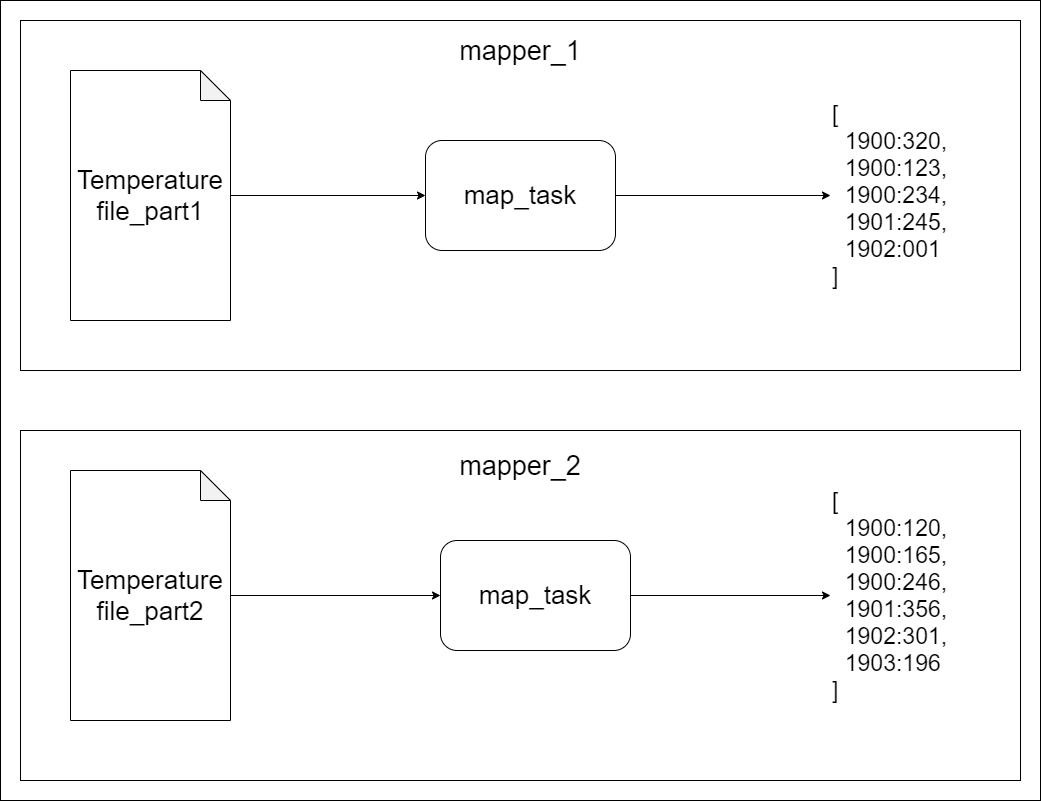
The draw.io diagram lessons/img/map reduce/map reduce map.png in HealerMikado/panorama_big_data_2021, before a commit. Source tidied: cells renumbered, new cells last; positions are measured from the earlier drawing's top-left corner, leaving out a move shared by most shapes.
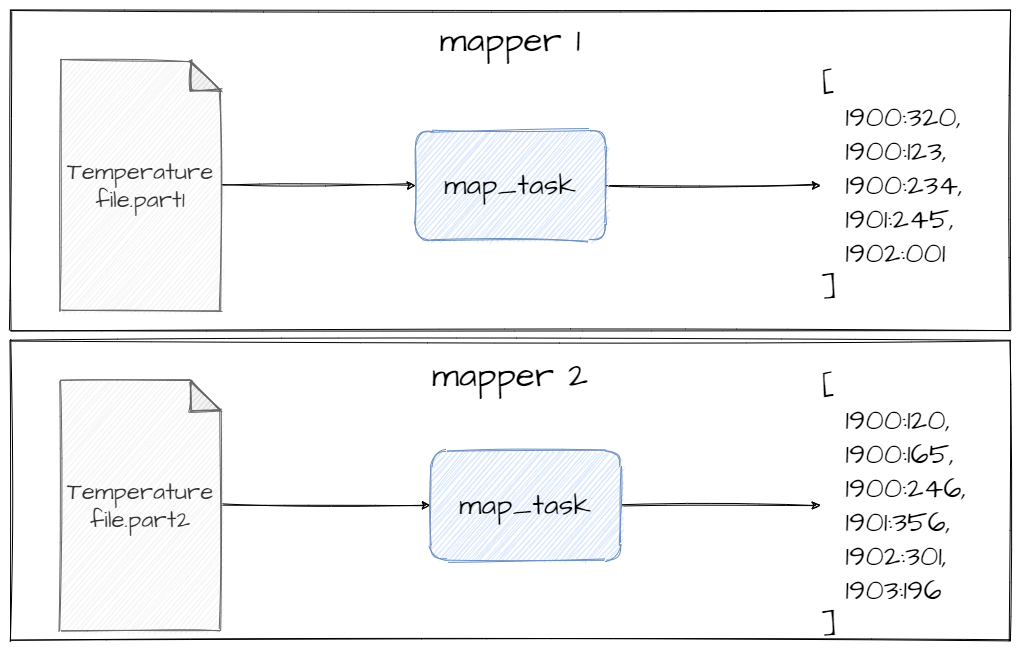
The same file after the commit.

Diff of the diagram source:
```diff
@@ -2,50 +2,47 @@
   <root>
     <mxCell id="0" />
     <mxCell id="1" parent="0" />
-    <mxCell id="2" style="rounded=0;whiteSpace=wrap;html=1;fillColor=none;" parent="1" vertex="1">
-      <mxGeometry width="1040" height="800" as="geometry" />
-    </mxCell>
-    <mxCell id="3" style="rounded=0;whiteSpace=wrap;html=1;fillColor=none;" parent="1" vertex="1">
-      <mxGeometry x="20" y="430" width="1000" height="350" as="geometry" />
-    </mxCell>
-    <mxCell id="4" style="rounded=0;whiteSpace=wrap;html=1;fillColor=none;" parent="1" vertex="1">
-      <mxGeometry x="20" y="20" width="1000" height="350" as="geometry" />
-    </mxCell>
-    <mxCell id="5" style="edgeStyle=orthogonalEdgeStyle;rounded=0;jettySize=auto;html=1;" parent="1" edge="1" source="6" target="10">
-      <mxGeometry relative="1" as="geometry" />
-    </mxCell>
-    <mxCell id="6" value="&lt;font style=&quot;font-size: 26px&quot;&gt;Temperature file_part1&lt;br&gt;&lt;/font&gt;" style="shape=note;whiteSpace=wrap;html=1;backgroundOutline=1;darkOpacity=0.05;" parent="1" vertex="1">
-      <mxGeometry x="70" y="70" width="160" height="250" as="geometry" />
-    </mxCell>
-    <mxCell id="7" style="edgeStyle=orthogonalEdgeStyle;rounded=0;jettySize=auto;html=1;" parent="1" edge="1" source="8" target="12">
-      <mxGeometry relative="1" as="geometry" />
-    </mxCell>
-    <mxCell id="8" value="&lt;font style=&quot;font-size: 26px&quot;&gt;Temperature file_part2&lt;/font&gt;" style="shape=note;whiteSpace=wrap;html=1;backgroundOutline=1;darkOpacity=0.05;" parent="1" vertex="1">
-      <mxGeometry x="70" y="470" width="160" height="250" as="geometry" />
-    </mxCell>
-    <mxCell id="9" style="edgeStyle=orthogonalEdgeStyle;rounded=0;jettySize=auto;html=1;" parent="1" edge="1" source="10" target="13">
-      <mxGeometry relative="1" as="geometry" />
-    </mxCell>
-    <mxCell id="10" value="&lt;font style=&quot;font-size: 26px&quot;&gt;map_task&lt;br&gt;&lt;/font&gt;" style="rounded=1;whiteSpace=wrap;html=1;" parent="1" vertex="1">
-      <mxGeometry x="425" y="140" width="190" height="110" as="geometry" />
-    </mxCell>
-    <mxCell id="11" style="edgeStyle=orthogonalEdgeStyle;rounded=0;jettySize=auto;html=1;" parent="1" edge="1" source="12" target="14">
-      <mxGeometry relative="1" as="geometry" />
-    </mxCell>
-    <mxCell id="12" value="&lt;font style=&quot;font-size: 26px&quot;&gt;map_task&lt;/font&gt;" style="rounded=1;whiteSpace=wrap;html=1;" parent="1" vertex="1">
-      <mxGeometry x="440" y="540" width="190" height="110" as="geometry" />
-    </mxCell>
+    <mxCell id="17" style="rounded=0;whiteSpace=wrap;html=1;fillColor=none;sketch=1;" parent="1" vertex="1">
+      <mxGeometry x="20" y="350" width="1000" height="300" as="geometry" />
+    </mxCell>
+    <mxCell id="18" style="rounded=0;whiteSpace=wrap;html=1;fillColor=none;sketch=1;" parent="1" vertex="1">
+      <mxGeometry x="20" y="20" width="1000" height="320" as="geometry" />
+    </mxCell>
+    <mxCell id="19" style="edgeStyle=orthogonalEdgeStyle;rounded=0;jettySize=auto;html=1;sketch=1;" parent="1" edge="1" source="20" target="24">
+      <mxGeometry relative="1" as="geometry" />
+    </mxCell>
+    <mxCell id="20" value="&lt;font style=&quot;font-size: 24px&quot;&gt;Temperature file.part1&lt;br style=&quot;font-size: 24px&quot;&gt;&lt;/font&gt;" style="shape=note;whiteSpace=wrap;html=1;backgroundOutline=1;darkOpacity=0.05;sketch=1;fillColor=#f5f5f5;strokeColor=#666666;fontColor=#333333;fontFamily=Architects Daughter;fontSize=24;" parent="1" vertex="1">
+      <mxGeometry x="70" y="70" width="160" height="250" as="geometry" />
+    </mxCell>
+    <mxCell id="21" style="edgeStyle=orthogonalEdgeStyle;rounded=0;jettySize=auto;html=1;sketch=1;" parent="1" edge="1" source="22" target="26">
+      <mxGeometry relative="1" as="geometry" />
+    </mxCell>
+    <mxCell id="22" value="&lt;font style=&quot;font-size: 24px&quot;&gt;Temperature file.part2&lt;/font&gt;" style="shape=note;whiteSpace=wrap;html=1;backgroundOutline=1;darkOpacity=0.05;sketch=1;fillColor=#f5f5f5;strokeColor=#666666;fontColor=#333333;fontFamily=Architects Daughter;fontSize=24;" parent="1" vertex="1">
+      <mxGeometry x="70" y="390" width="160" height="250" as="geometry" />
+    </mxCell>
+    <mxCell id="23" style="edgeStyle=orthogonalEdgeStyle;rounded=0;jettySize=auto;html=1;sketch=1;" parent="1" edge="1" source="24" target="13">
+      <mxGeometry relative="1" as="geometry" />
+    </mxCell>
+    <mxCell id="24" value="&lt;font style=&quot;font-size: 29px;&quot;&gt;map_task&lt;br style=&quot;font-size: 29px;&quot;&gt;&lt;/font&gt;" style="rounded=1;whiteSpace=wrap;html=1;sketch=1;fillColor=#dae8fc;strokeColor=#6c8ebf;fontFamily=Architects Daughter;fontSize=29;" parent="1" vertex="1">
+      <mxGeometry x="425" y="140" width="190" height="110" as="geometry" />
+    </mxCell>
+    <mxCell id="25" style="edgeStyle=orthogonalEdgeStyle;rounded=0;jettySize=auto;html=1;sketch=1;" parent="1" edge="1" source="26" target="14">
+      <mxGeometry relative="1" as="geometry" />
+    </mxCell>
+    <mxCell id="26" value="&lt;font style=&quot;font-size: 29px;&quot;&gt;map_task&lt;/font&gt;" style="rounded=1;whiteSpace=wrap;html=1;sketch=1;fillColor=#dae8fc;strokeColor=#6c8ebf;fontFamily=Architects Daughter;fontSize=29;" parent="1" vertex="1">
+      <mxGeometry x="440" y="460" width="190" height="110" as="geometry" />
+    </mxCell>
-    <mxCell id="13" value="&lt;font style=&quot;font-size: 23px&quot;&gt;[&lt;br&gt;&lt;div&gt;&lt;span&gt;&amp;nbsp; 1900:320,&lt;/span&gt;&lt;/div&gt;&amp;nbsp; 1900:123,&lt;br&gt;&amp;nbsp; 1900:234,&lt;br&gt;&lt;div&gt;&lt;span&gt;&amp;nbsp; 1901:245,&lt;/span&gt;&lt;/div&gt;&lt;div&gt;&lt;span&gt;&amp;nbsp; 1902:001&lt;/span&gt;&lt;/div&gt;&lt;div&gt;]&lt;/div&gt;&lt;/font&gt;" style="text;html=1;strokeColor=none;fillColor=none;align=left;verticalAlign=middle;whiteSpace=wrap;rounded=0;" parent="1" vertex="1">
+    <mxCell id="13" value="&lt;font style=&quot;font-size: 29px;&quot;&gt;[&lt;br style=&quot;font-size: 29px;&quot;&gt;&lt;div style=&quot;font-size: 29px;&quot;&gt;&lt;span style=&quot;font-size: 29px;&quot;&gt;&amp;nbsp; 1900:320,&lt;/span&gt;&lt;/div&gt;&amp;nbsp; 1900:123,&lt;br style=&quot;font-size: 29px;&quot;&gt;&amp;nbsp; 1900:234,&lt;br style=&quot;font-size: 29px;&quot;&gt;&lt;div style=&quot;font-size: 29px;&quot;&gt;&lt;span style=&quot;font-size: 29px;&quot;&gt;&amp;nbsp; 1901:245,&lt;/span&gt;&lt;/div&gt;&lt;div style=&quot;font-size: 29px;&quot;&gt;&lt;span style=&quot;font-size: 29px;&quot;&gt;&amp;nbsp; 1902:001&lt;/span&gt;&lt;/div&gt;&lt;div style=&quot;font-size: 29px;&quot;&gt;]&lt;/div&gt;&lt;/font&gt;" style="text;html=1;strokeColor=none;fillColor=none;align=left;verticalAlign=middle;whiteSpace=wrap;rounded=0;sketch=1;fontFamily=Architects Daughter;fontSize=29;" parent="1" vertex="1">
       <mxGeometry x="830" y="85" width="180" height="220" as="geometry" />
     </mxCell>
-    <mxCell id="14" value="&lt;font style=&quot;font-size: 23px&quot;&gt;[&lt;br&gt;&lt;div&gt;&lt;span&gt;&amp;nbsp; 1900:120,&lt;/span&gt;&lt;/div&gt;&amp;nbsp; 1900:165,&lt;br&gt;&amp;nbsp; 1900:246,&lt;br&gt;&lt;div&gt;&lt;span&gt;&amp;nbsp; 1901:356,&lt;/span&gt;&lt;/div&gt;&lt;div&gt;&lt;span&gt;&amp;nbsp; 1902:301,&lt;/span&gt;&lt;/div&gt;&lt;div&gt;&lt;span&gt;&amp;nbsp; 1903:196&lt;/span&gt;&lt;/div&gt;&lt;div&gt;]&lt;/div&gt;&lt;/font&gt;" style="text;html=1;strokeColor=none;fillColor=none;align=left;verticalAlign=middle;whiteSpace=wrap;rounded=0;" parent="1" vertex="1">
-      <mxGeometry x="830" y="485" width="180" height="220" as="geometry" />
+    <mxCell id="14" value="&lt;font style=&quot;font-size: 29px;&quot;&gt;[&lt;br style=&quot;font-size: 29px;&quot;&gt;&lt;div style=&quot;font-size: 29px;&quot;&gt;&lt;span style=&quot;font-size: 29px;&quot;&gt;&amp;nbsp; 1900:120,&lt;/span&gt;&lt;/div&gt;&amp;nbsp; 1900:165,&lt;br style=&quot;font-size: 29px;&quot;&gt;&amp;nbsp; 1900:246,&lt;br style=&quot;font-size: 29px;&quot;&gt;&lt;div style=&quot;font-size: 29px;&quot;&gt;&lt;span style=&quot;font-size: 29px;&quot;&gt;&amp;nbsp; 1901:356,&lt;/span&gt;&lt;/div&gt;&lt;div style=&quot;font-size: 29px;&quot;&gt;&lt;span style=&quot;font-size: 29px;&quot;&gt;&amp;nbsp; 1902:301,&lt;/span&gt;&lt;/div&gt;&lt;div style=&quot;font-size: 29px;&quot;&gt;&lt;span style=&quot;font-size: 29px;&quot;&gt;&amp;nbsp; 1903:196&lt;/span&gt;&lt;/div&gt;&lt;div style=&quot;font-size: 29px;&quot;&gt;]&lt;/div&gt;&lt;/font&gt;" style="text;html=1;strokeColor=none;fillColor=none;align=left;verticalAlign=middle;whiteSpace=wrap;rounded=0;sketch=1;fontFamily=Architects Daughter;fontSize=29;" parent="1" vertex="1">
+      <mxGeometry x="830" y="405" width="180" height="220" as="geometry" />
     </mxCell>
-    <mxCell id="15" value="&lt;font style=&quot;font-size: 27px&quot;&gt;mapper_1&lt;/font&gt;" style="text;html=1;strokeColor=none;fillColor=none;align=center;verticalAlign=middle;whiteSpace=wrap;rounded=0;" parent="1" vertex="1">
-      <mxGeometry x="405" y="30" width="230" height="40" as="geometry" />
-    </mxCell>
-    <mxCell id="16" value="&lt;font style=&quot;font-size: 27px&quot;&gt;mapper_2&lt;/font&gt;" style="text;html=1;strokeColor=none;fillColor=none;align=center;verticalAlign=middle;whiteSpace=wrap;rounded=0;" parent="1" vertex="1">
-      <mxGeometry x="405" y="445" width="230" height="40" as="geometry" />
-    </mxCell>
+    <mxCell id="27" value="&lt;font style=&quot;font-size: 35px&quot;&gt;mapper 1&lt;/font&gt;" style="text;html=1;strokeColor=none;fillColor=none;align=center;verticalAlign=middle;whiteSpace=wrap;rounded=0;sketch=1;fontFamily=Architects Daughter;fontSize=35;" parent="1" vertex="1">
+      <mxGeometry x="405" y="30" width="230" height="40" as="geometry" />
+    </mxCell>
+    <mxCell id="28" value="&lt;font style=&quot;font-size: 35px&quot;&gt;mapper 2&lt;/font&gt;" style="text;html=1;strokeColor=none;fillColor=none;align=center;verticalAlign=middle;whiteSpace=wrap;rounded=0;sketch=1;fontFamily=Architects Daughter;fontSize=35;" parent="1" vertex="1">
+      <mxGeometry x="405" y="365" width="230" height="40" as="geometry" />
+    </mxCell>
   </root>
 </mxGraphModel>
```
